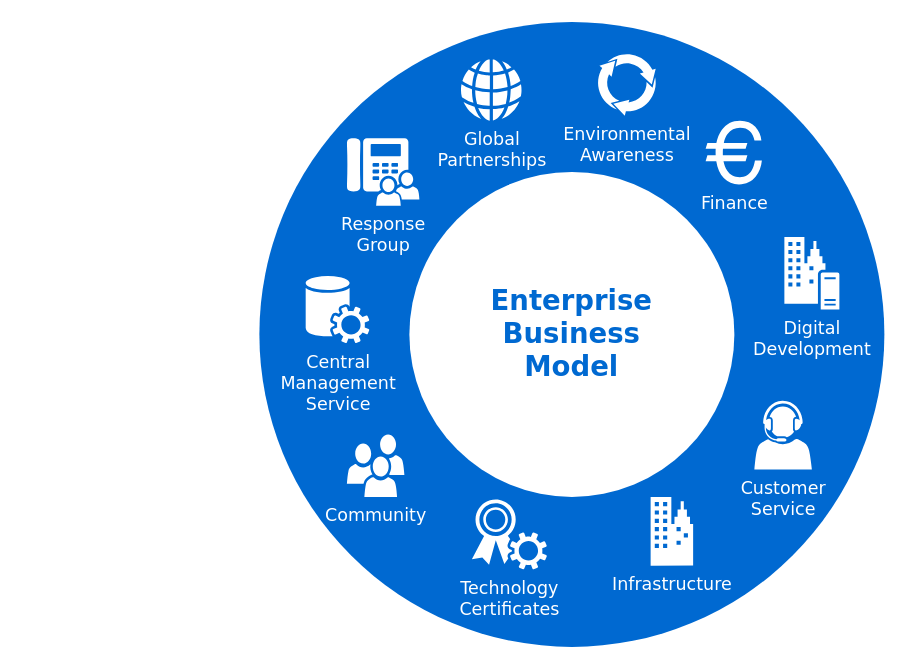
This is 未命名绘图.drawio from jinqy-ren/hello-world, a draw.io file, before an edit. Source tidied: cells renumbered, new cells numbered last; positions are measured from the earlier drawing's top-left corner, leaving out a move shared by most shapes. Both pictures are drawn from the tidied source at 125%, with x=0, y=0 at pixel (259, 21).
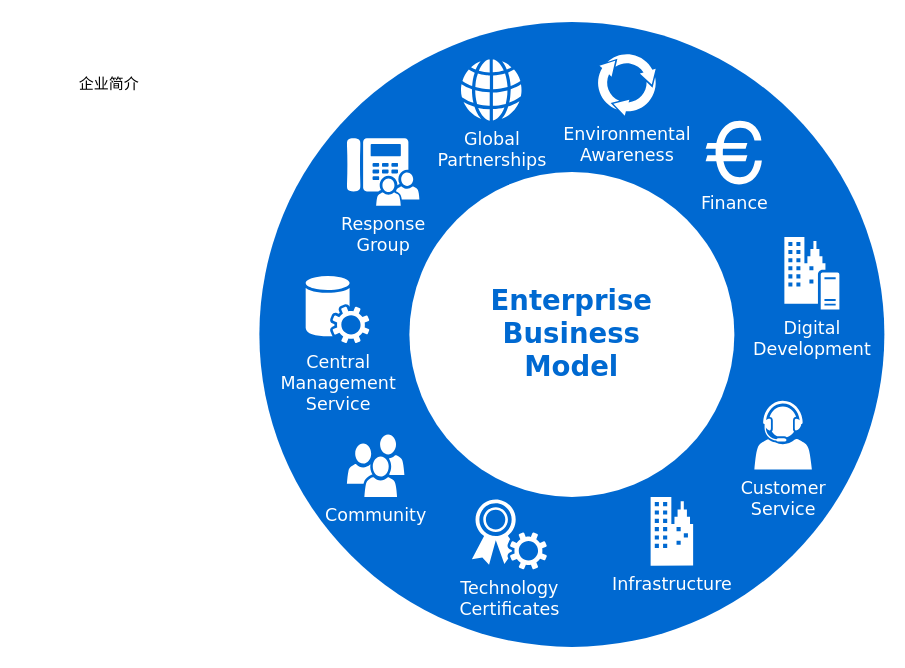
Above is the later version.

What changed in the source:
```diff
@@
 <mxGraphModel background="#ffffff">
   <root>
     <mxCell id="0" />
     <mxCell id="1" parent="0" />
     <mxCell id="2" style="ellipse;whiteSpace=wrap;html=1;rounded=0;shadow=0;comic=0;strokeWidth=1;fontFamily=Verdana;fontSize=14;strokeColor=none;fillColor=#0069D1;" parent="1" vertex="1">
       <mxGeometry width="500" height="500" as="geometry" />
     </mxCell>
     <mxCell id="3" value="Enterprise&lt;div&gt;Business&lt;/div&gt;&lt;div&gt;Model&lt;/div&gt;" style="ellipse;whiteSpace=wrap;html=1;rounded=0;shadow=0;comic=0;strokeWidth=1;fontFamily=Verdana;fontSize=22;strokeColor=none;fillColor=#ffffff;fontColor=#0069D1;fontStyle=1;" parent="1" vertex="1">
       <mxGeometry x="120" y="120" width="260" height="260" as="geometry" />
     </mxCell>
     <mxCell id="4" value="Community" style="shadow=0;dashed=0;html=1;strokeColor=none;fillColor=#ffffff;labelPosition=center;verticalLabelPosition=bottom;verticalAlign=top;shape=mxgraph.office.users.users;rounded=0;comic=0;fontFamily=Verdana;fontSize=14;fontColor=#FFFFFF;" parent="1" vertex="1">
       <mxGeometry x="70" y="330" width="46" height="50" as="geometry" />
     </mxCell>
     <mxCell id="5" value="Customer&lt;div&gt;Service&lt;/div&gt;" style="shadow=0;dashed=0;html=1;strokeColor=none;fillColor=#ffffff;labelPosition=center;verticalLabelPosition=bottom;verticalAlign=top;shape=mxgraph.office.users.call_center_agent;rounded=0;comic=0;fontFamily=Verdana;fontSize=14;fontColor=#FFFFFF;" parent="1" vertex="1">
       <mxGeometry x="396" y="303" width="46" height="55" as="geometry" />
     </mxCell>
     <mxCell id="6" value="Response&lt;div&gt;Group&lt;/div&gt;" style="shadow=0;dashed=0;html=1;strokeColor=none;fillColor=#ffffff;labelPosition=center;verticalLabelPosition=bottom;verticalAlign=top;shape=mxgraph.office.users.response_group;rounded=0;comic=0;fontFamily=Verdana;fontSize=14;fontColor=#FFFFFF;" parent="1" vertex="1">
       <mxGeometry x="70" y="93" width="58" height="54" as="geometry" />
     </mxCell>
     <mxCell id="7" value="Central&lt;div&gt;Management&lt;/div&gt;&lt;div&gt;Service&lt;/div&gt;" style="shadow=0;dashed=0;html=1;strokeColor=none;fillColor=#ffffff;labelPosition=center;verticalLabelPosition=bottom;verticalAlign=top;shape=mxgraph.office.services.central_management_service;rounded=0;comic=0;fontFamily=Verdana;fontSize=14;fontColor=#FFFFFF;" parent="1" vertex="1">
       <mxGeometry x="37" y="203" width="51" height="54" as="geometry" />
     </mxCell>
     <mxCell id="8" value="Digital&lt;div&gt;Development&lt;/div&gt;" style="shadow=0;dashed=0;html=1;strokeColor=none;fillColor=#ffffff;labelPosition=center;verticalLabelPosition=bottom;verticalAlign=top;shape=mxgraph.office.servers.on_premises_server;rounded=0;comic=0;fontFamily=Verdana;fontSize=14;fontColor=#FFFFFF;" parent="1" vertex="1">
       <mxGeometry x="420" y="172" width="44" height="58" as="geometry" />
     </mxCell>
     <mxCell id="9" value="Technology&lt;div&gt;Certificates&lt;/div&gt;" style="shadow=0;dashed=0;html=1;strokeColor=none;fillColor=#ffffff;labelPosition=center;verticalLabelPosition=bottom;verticalAlign=top;shape=mxgraph.office.security.token_service;rounded=0;comic=0;fontFamily=Verdana;fontSize=14;fontColor=#FFFFFF;" parent="1" vertex="1">
       <mxGeometry x="170" y="382" width="60" height="56" as="geometry" />
     </mxCell>
     <mxCell id="10" value="Infrastructure" style="shadow=0;dashed=0;html=1;strokeColor=none;fillColor=#ffffff;labelPosition=center;verticalLabelPosition=bottom;verticalAlign=top;shape=mxgraph.office.concepts.on_premises;rounded=0;comic=0;fontFamily=Verdana;fontSize=14;fontColor=#FFFFFF;" parent="1" vertex="1">
       <mxGeometry x="313" y="380" width="34" height="55" as="geometry" />
     </mxCell>
     <mxCell id="11" value="Global&lt;div&gt;Partnerships&lt;/div&gt;" style="shadow=0;dashed=0;html=1;strokeColor=none;fillColor=#ffffff;labelPosition=center;verticalLabelPosition=bottom;verticalAlign=top;shape=mxgraph.office.concepts.globe_internet;rounded=0;comic=0;fontFamily=Verdana;fontSize=14;fontColor=#FFFFFF;" parent="1" vertex="1">
       <mxGeometry x="161" y="30" width="49" height="49" as="geometry" />
     </mxCell>
     <mxCell id="12" value="Environmental&lt;div&gt;Awareness&lt;/div&gt;" style="shadow=0;dashed=0;html=1;strokeColor=none;shape=mxgraph.mscae.general.continuous_cycle;fillColor=#ffffff;rounded=0;comic=0;fontFamily=Verdana;fontSize=14;fontColor=#FFFFFF;verticalAlign=top;labelPosition=center;verticalLabelPosition=bottom;align=center;" parent="1" vertex="1">
       <mxGeometry x="270" y="25" width="48" height="50" as="geometry" />
     </mxCell>
     <mxCell id="13" value="Finance" style="shape=mxgraph.signs.travel.euro;html=1;fillColor=#ffffff;strokeColor=none;verticalLabelPosition=bottom;verticalAlign=top;align=center;rounded=0;shadow=0;dashed=0;comic=0;fontFamily=Verdana;fontSize=14;fontColor=#FFFFFF;" parent="1" vertex="1">
       <mxGeometry x="357" y="79" width="45" height="51" as="geometry" />
     </mxCell>
+    <mxCell id="14" value="企业简介" style="text;html=1;strokeColor=none;fillColor=none;align=center;verticalAlign=middle;whiteSpace=wrap;rounded=0;" parent="1" vertex="1">
+      <mxGeometry x="-190" y="40" width="140" height="20" as="geometry" />
+    </mxCell>
   </root>
 </mxGraphModel>
```
